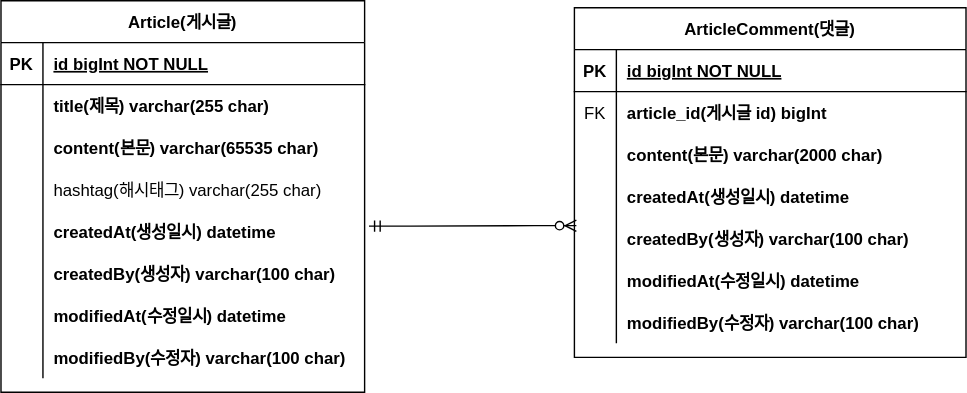
The draw.io diagram document/project-board-erd.svg in SeungHeeNoh/fastcampus-project-board, before a commit. Source tidied: cells renumbered, new cells last; positions are measured from the earlier drawing's top-left corner, leaving out a move shared by most shapes.
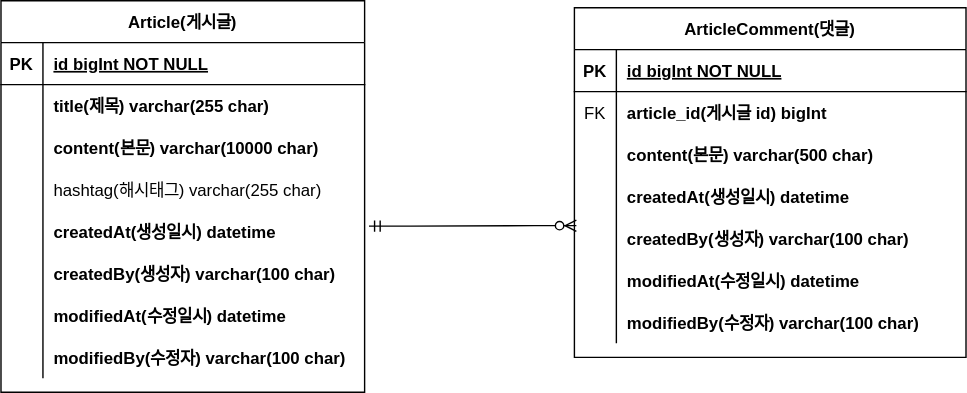
Later version of the same file.

Commit message:
#10 erd 업데이트: content 사이즈 변경

The edit, as a diff of the source:
```diff
@@ -29,7 +29,7 @@
     <mxCell id="10" style="shape=partialRectangle;overflow=hidden;fillColor=none;top=0;left=0;bottom=0;right=0;" parent="9" vertex="1">
       <mxGeometry width="30" height="30" as="geometry" />
     </mxCell>
-    <mxCell id="11" value="content(본문) varchar(2000 char)" style="shape=partialRectangle;overflow=hidden;fillColor=none;top=0;left=0;bottom=0;right=0;align=left;spacingLeft=6;fontStyle=1;" parent="9" vertex="1">
+    <mxCell id="11" value="content(본문) varchar(500 char)" style="shape=partialRectangle;overflow=hidden;fillColor=none;top=0;left=0;bottom=0;right=0;align=left;spacingLeft=6;fontStyle=1;" parent="9" vertex="1">
       <mxGeometry x="30" width="250" height="30" as="geometry" />
     </mxCell>
     <mxCell id="12" style="shape=partialRectangle;fillColor=none;top=0;left=0;right=0;bottom=0;" parent="2" vertex="1">
@@ -95,7 +95,7 @@
     <mxCell id="32" style="shape=partialRectangle;overflow=hidden;fillColor=none;top=0;left=0;bottom=0;right=0;" parent="31" vertex="1">
       <mxGeometry width="30" height="30" as="geometry" />
     </mxCell>
-    <mxCell id="33" value="content(본문) varchar(65535 char)" style="shape=partialRectangle;overflow=hidden;fillColor=none;top=0;left=0;bottom=0;right=0;align=left;spacingLeft=6;fontStyle=1;" parent="31" vertex="1">
+    <mxCell id="33" value="content(본문) varchar(10000 char)" style="shape=partialRectangle;overflow=hidden;fillColor=none;top=0;left=0;bottom=0;right=0;align=left;spacingLeft=6;fontStyle=1;" parent="31" vertex="1">
       <mxGeometry x="30" width="230" height="30" as="geometry" />
     </mxCell>
     <mxCell id="34" style="shape=partialRectangle;fillColor=none;top=0;left=0;right=0;bottom=0;" parent="24" vertex="1">
```
